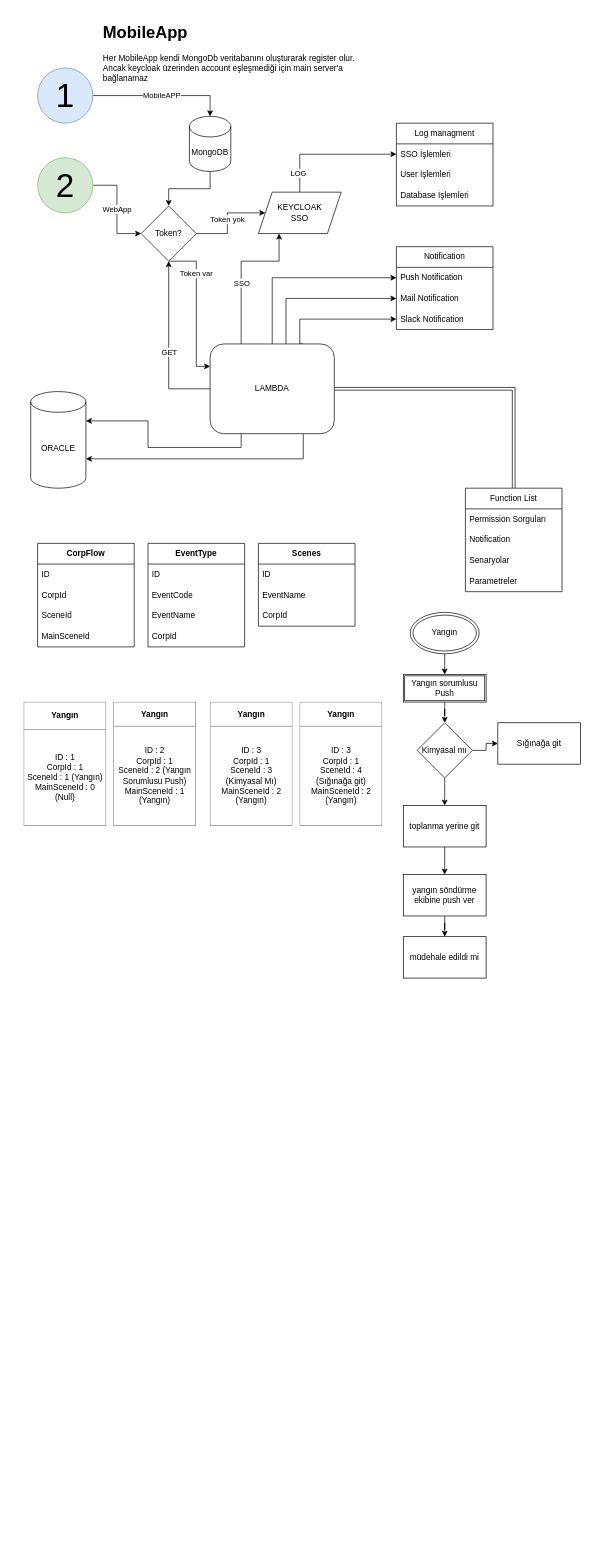
This is Başlıksız Diyagram.drawio from umutucer/umutucer, a draw.io file, before an edit. Source tidied: cells renumbered, new cells numbered last; positions are measured from the earlier drawing's top-left corner, leaving out a move shared by most shapes. Both pictures are drawn from the tidied source at 69%, with x=0, y=0 at pixel (23, 19).
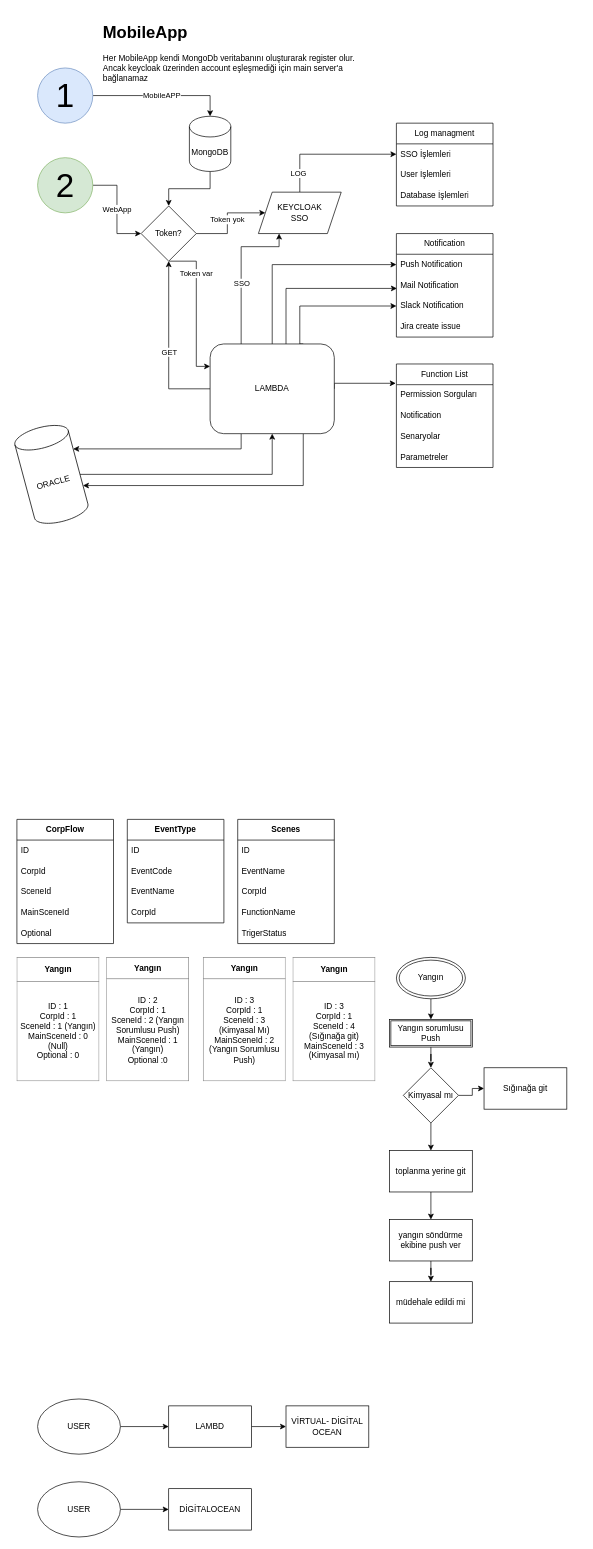
The same page after the edit.

The change refers to these unchanged cells:
```xml
<mxCell id="10" value="KEYCLOAK &lt;br&gt;SSO" style="shape=parallelogram;perimeter=parallelogramPerimeter;whiteSpace=wrap;html=1;fixedSize=1;" parent="1" vertex="1">
  <mxGeometry x="340" y="251" width="120" height="60" as="geometry" />
</mxCell>
<mxCell id="22" value="LAMBDA" style="rounded=1;whiteSpace=wrap;html=1;" parent="1" vertex="1">
  <mxGeometry x="270" y="471" width="180" height="130" as="geometry" />
</mxCell>
<mxCell id="33" value="Permission Sorguları" style="text;strokeColor=none;fillColor=none;align=left;verticalAlign=middle;spacingLeft=4;spacingRight=4;overflow=hidden;points=[[0,0.5],[1,0.5]];portConstraint=eastwest;whiteSpace=wrap;html=1;" parent="32" vertex="1">
  <mxGeometry y="30" width="140" height="30" as="geometry" />
</mxCell>
<mxCell id="39" value="Mail Notification" style="text;strokeColor=none;fillColor=none;align=left;verticalAlign=middle;spacingLeft=4;spacingRight=4;overflow=hidden;points=[[0,0.5],[1,0.5]];portConstraint=eastwest;whiteSpace=wrap;html=1;" parent="37" vertex="1">
  <mxGeometry y="60" width="140" height="30" as="geometry" />
</mxCell>
<mxCell id="40" value="Slack Notification" style="text;strokeColor=none;fillColor=none;align=left;verticalAlign=middle;spacingLeft=4;spacingRight=4;overflow=hidden;points=[[0,0.5],[1,0.5]];portConstraint=eastwest;whiteSpace=wrap;html=1;" parent="37" vertex="1">
  <mxGeometry y="90" width="140" height="30" as="geometry" />
</mxCell>
```

Change to the diagram source:
```diff
@@
     <mxCell id="12" style="edgeStyle=orthogonalEdgeStyle;rounded=0;jettySize=auto;html=1;entryX=0.25;entryY=1;entryDx=0;entryDy=0;exitX=0.25;exitY=0;exitDx=0;exitDy=0;" parent="1" edge="1" source="22" target="10">
       <mxGeometry relative="1" as="geometry">
         <Array as="points">
-          <mxPoint x="315" y="351" />
-          <mxPoint x="370" y="351" />
+          <mxPoint x="315" y="330" />
+          <mxPoint x="370" y="330" />
         </Array>
       </mxGeometry>
     </mxCell>
@@
-    <mxCell id="14" style="edgeStyle=orthogonalEdgeStyle;rounded=0;jettySize=auto;html=1;" parent="1" edge="1" source="22" target="39">
+    <mxCell id="14" style="edgeStyle=orthogonalEdgeStyle;rounded=0;jettySize=auto;html=1;entryX=0.005;entryY=0.65;entryDx=0;entryDy=0;entryPerimeter=0;" parent="1" edge="1" source="22" target="39">
       <mxGeometry relative="1" as="geometry">
         <Array as="points">
-          <mxPoint x="380" y="405" />
+          <mxPoint x="380" y="390" />
         </Array>
       </mxGeometry>
     </mxCell>
@@
     <mxCell id="20" style="edgeStyle=orthogonalEdgeStyle;rounded=0;jettySize=auto;html=1;exitX=0.75;exitY=0;exitDx=0;exitDy=0;entryX=0;entryY=0.5;entryDx=0;entryDy=0;" parent="1" edge="1" source="22" target="40">
       <mxGeometry relative="1" as="geometry">
         <Array as="points">
           <mxPoint x="400" y="471" />
-          <mxPoint x="400" y="435" />
+          <mxPoint x="400" y="416" />
         </Array>
       </mxGeometry>
     </mxCell>
-    <mxCell id="21" style="edgeStyle=orthogonalEdgeStyle;rounded=0;jettySize=auto;html=1;exitX=1;exitY=0.5;exitDx=0;exitDy=0;entryX=0.5;entryY=0;entryDx=0;entryDy=0;shape=link;" parent="1" edge="1" source="22" target="32">
-      <mxGeometry relative="1" as="geometry" />
-    </mxCell>
+    <mxCell id="72" style="edgeStyle=orthogonalEdgeStyle;rounded=0;jettySize=auto;html=1;exitX=1;exitY=0.5;exitDx=0;exitDy=0;entryX=-0.007;entryY=-0.067;entryDx=0;entryDy=0;entryPerimeter=0;" parent="1" edge="1" source="22" target="33">
+      <mxGeometry relative="1" as="geometry">
+        <Array as="points">
+          <mxPoint x="450" y="528" />
+        </Array>
+      </mxGeometry>
+    </mxCell>
@@
+    <mxCell id="73" style="edgeStyle=orthogonalEdgeStyle;rounded=0;jettySize=auto;html=1;entryX=0.5;entryY=1;entryDx=0;entryDy=0;" parent="1" edge="1" source="23" target="22">
+      <mxGeometry relative="1" as="geometry" />
+    </mxCell>
-    <mxCell id="23" value="ORACLE" style="shape=cylinder3;whiteSpace=wrap;html=1;boundedLbl=1;backgroundOutline=1;size=15;" parent="1" vertex="1">
-      <mxGeometry x="10" y="540" width="80" height="140" as="geometry" />
+    <mxCell id="23" value="ORACLE" style="shape=cylinder3;whiteSpace=wrap;html=1;boundedLbl=1;backgroundOutline=1;size=15;rotation=-15;" parent="1" vertex="1">
+      <mxGeometry y="590" width="80" height="140" as="geometry" />
     </mxCell>
@@
     <mxCell id="32" value="Function List" style="swimlane;fontStyle=0;horizontal=1;startSize=30;whiteSpace=wrap;html=1;" parent="1" vertex="1">
-      <mxGeometry x="640" y="680" width="140" height="150" as="geometry" />
+      <mxGeometry x="540" y="500" width="140" height="150" as="geometry" />
     </mxCell>
@@
     <mxCell id="37" value="Notification" style="swimlane;fontStyle=0;horizontal=1;startSize=30;whiteSpace=wrap;html=1;" parent="1" vertex="1">
-      <mxGeometry x="540" y="330" width="140" height="120" as="geometry" />
+      <mxGeometry x="540" y="311" width="140" height="150" as="geometry" />
     </mxCell>
@@
+    <mxCell id="74" value="Jira create issue" style="text;strokeColor=none;fillColor=none;align=left;verticalAlign=middle;spacingLeft=4;spacingRight=4;overflow=hidden;whiteSpace=wrap;html=1;" parent="37" vertex="1">
+      <mxGeometry y="120" width="140" height="30" as="geometry" />
+    </mxCell>
     <mxCell id="41" value="CorpFlow" style="swimlane;fontStyle=1;horizontal=1;startSize=30;whiteSpace=wrap;html=1;" parent="1" vertex="1">
-      <mxGeometry x="20" y="760" width="140" height="150" as="geometry" />
+      <mxGeometry x="-10" y="1160" width="140" height="180" as="geometry" />
     </mxCell>
@@
+    <mxCell id="75" value="Optional" style="text;strokeColor=none;fillColor=none;align=left;verticalAlign=middle;spacingLeft=4;spacingRight=4;overflow=hidden;whiteSpace=wrap;html=1;fontStyle=0;" parent="41" vertex="1">
+      <mxGeometry y="150" width="140" height="30" as="geometry" />
+    </mxCell>
     <mxCell id="46" value="EventType" style="swimlane;fontStyle=1;horizontal=1;startSize=30;whiteSpace=wrap;html=1;" parent="1" vertex="1">
-      <mxGeometry x="180" y="760" width="140" height="150" as="geometry" />
+      <mxGeometry x="150" y="1160" width="140" height="150" as="geometry" />
     </mxCell>
@@
     <mxCell id="51" value="Scenes" style="swimlane;fontStyle=1;horizontal=1;startSize=30;whiteSpace=wrap;html=1;" parent="1" vertex="1">
-      <mxGeometry x="340" y="760" width="140" height="120" as="geometry" />
+      <mxGeometry x="310" y="1160" width="140" height="180" as="geometry" />
     </mxCell>
@@
+    <mxCell id="76" value="FunctionName" style="text;strokeColor=none;fillColor=none;align=left;verticalAlign=middle;spacingLeft=4;spacingRight=4;overflow=hidden;whiteSpace=wrap;html=1;fontStyle=0;" parent="51" vertex="1">
+      <mxGeometry y="120" width="140" height="30" as="geometry" />
+    </mxCell>
+    <mxCell id="77" value="TrigerStatus" style="text;strokeColor=none;fillColor=none;align=left;verticalAlign=middle;spacingLeft=4;spacingRight=4;overflow=hidden;whiteSpace=wrap;html=1;fontStyle=0;" parent="51" vertex="1">
+      <mxGeometry y="150" width="140" height="30" as="geometry" />
+    </mxCell>
@@
     <mxCell id="56" value="Yangın" style="ellipse;shape=doubleEllipse;whiteSpace=wrap;html=1;" parent="1" vertex="1">
-      <mxGeometry x="560" y="860" width="100" height="60" as="geometry" />
+      <mxGeometry x="540" y="1360" width="100" height="60" as="geometry" />
     </mxCell>
@@
     <mxCell id="58" value="Yangın sorumlusu Push" style="shape=ext;double=1;rounded=0;whiteSpace=wrap;html=1;" parent="1" vertex="1">
-      <mxGeometry x="550" y="950" width="120" height="40" as="geometry" />
+      <mxGeometry x="530" y="1450" width="120" height="40" as="geometry" />
     </mxCell>
@@
     <mxCell id="61" value="Kimyasal mı" style="rhombus;whiteSpace=wrap;html=1;rounded=0;" parent="1" vertex="1">
-      <mxGeometry x="570" y="1020" width="80" height="80" as="geometry" />
+      <mxGeometry x="550" y="1520" width="80" height="80" as="geometry" />
     </mxCell>
@@
     <mxCell id="63" value="toplanma yerine git" style="whiteSpace=wrap;html=1;rounded=0;" parent="1" vertex="1">
-      <mxGeometry x="550" y="1140" width="120" height="60" as="geometry" />
+      <mxGeometry x="530" y="1640" width="120" height="60" as="geometry" />
     </mxCell>
     <mxCell id="64" value="Sığınağa git" style="whiteSpace=wrap;html=1;rounded=0;" parent="1" vertex="1">
-      <mxGeometry x="687" y="1020" width="120" height="60" as="geometry" />
+      <mxGeometry x="667" y="1520" width="120" height="60" as="geometry" />
     </mxCell>
@@
     <mxCell id="66" value="yangın söndürme ekibine push ver" style="whiteSpace=wrap;html=1;rounded=0;" parent="1" vertex="1">
-      <mxGeometry x="550" y="1240" width="120" height="60" as="geometry" />
+      <mxGeometry x="530" y="1740" width="120" height="60" as="geometry" />
     </mxCell>
     <mxCell id="67" value="müdehale edildi mi" style="whiteSpace=wrap;html=1;rounded=0;" parent="1" vertex="1">
-      <mxGeometry x="550" y="1330" width="120" height="60" as="geometry" />
+      <mxGeometry x="530" y="1830" width="120" height="60" as="geometry" />
     </mxCell>
-    <mxCell id="68" value="&lt;table border=&quot;1&quot; width=&quot;100%&quot; height=&quot;100%&quot; cellpadding=&quot;4&quot; style=&quot;width:100%;height:100%;border-collapse:collapse;&quot;&gt;&lt;tbody&gt;&lt;tr&gt;&lt;th align=&quot;center&quot;&gt;&lt;b&gt;Yangın&lt;/b&gt;&lt;/th&gt;&lt;/tr&gt;&lt;tr&gt;&lt;td align=&quot;center&quot;&gt;ID : 1&lt;br&gt;CorpId : 1&lt;br&gt;SceneId : 1 (Yangın)&lt;br&gt;MainSceneId : 0 (Null)&lt;/td&gt;&lt;/tr&gt;&lt;/tbody&gt;&lt;/table&gt;" style="text;html=1;whiteSpace=wrap;strokeColor=none;fillColor=none;overflow=fill;" parent="1" vertex="1">
-      <mxGeometry y="990" width="120" height="180" as="geometry" />
+    <mxCell id="68" value="&lt;table border=&quot;1&quot; width=&quot;100%&quot; height=&quot;100%&quot; cellpadding=&quot;4&quot; style=&quot;width:100%;height:100%;border-collapse:collapse;&quot;&gt;&lt;tbody&gt;&lt;tr&gt;&lt;th align=&quot;center&quot;&gt;&lt;b&gt;Yangın&lt;/b&gt;&lt;/th&gt;&lt;/tr&gt;&lt;tr&gt;&lt;td align=&quot;center&quot;&gt;ID : 1&lt;br&gt;CorpId : 1&lt;br&gt;SceneId : 1 (Yangın)&lt;br&gt;MainSceneId : 0 (Null)&lt;br&gt;Optional : 0&lt;/td&gt;&lt;/tr&gt;&lt;/tbody&gt;&lt;/table&gt;" style="text;html=1;whiteSpace=wrap;strokeColor=none;fillColor=none;overflow=fill;" parent="1" vertex="1">
+      <mxGeometry x="-10" y="1360" width="120" height="180" as="geometry" />
     </mxCell>
-    <mxCell id="69" value="&lt;table border=&quot;1&quot; width=&quot;100%&quot; height=&quot;100%&quot; cellpadding=&quot;4&quot; style=&quot;width:100%;height:100%;border-collapse:collapse;&quot;&gt;&lt;tbody&gt;&lt;tr&gt;&lt;th align=&quot;center&quot;&gt;&lt;b&gt;Yangın&lt;/b&gt;&lt;/th&gt;&lt;/tr&gt;&lt;tr&gt;&lt;td align=&quot;center&quot;&gt;ID : 2&lt;br&gt;CorpId : 1&lt;br&gt;SceneId : 2 (Yangın Sorumlusu Push)&lt;br&gt;MainSceneId : 1 (Yangın)&lt;/td&gt;&lt;/tr&gt;&lt;/tbody&gt;&lt;/table&gt;" style="text;html=1;whiteSpace=wrap;strokeColor=none;fillColor=none;overflow=fill;" parent="1" vertex="1">
-      <mxGeometry x="130" y="990" width="120" height="180" as="geometry" />
+    <mxCell id="69" value="&lt;table border=&quot;1&quot; width=&quot;100%&quot; height=&quot;100%&quot; cellpadding=&quot;4&quot; style=&quot;width:100%;height:100%;border-collapse:collapse;&quot;&gt;&lt;tbody&gt;&lt;tr&gt;&lt;th align=&quot;center&quot;&gt;&lt;b&gt;Yangın&lt;/b&gt;&lt;/th&gt;&lt;/tr&gt;&lt;tr&gt;&lt;td align=&quot;center&quot;&gt;ID : 2&lt;br&gt;CorpId : 1&lt;br&gt;SceneId : 2 (Yangın Sorumlusu Push)&lt;br&gt;MainSceneId : 1 (Yangın)&lt;br&gt;Optional :0&lt;/td&gt;&lt;/tr&gt;&lt;/tbody&gt;&lt;/table&gt;" style="text;html=1;whiteSpace=wrap;strokeColor=none;fillColor=none;overflow=fill;" parent="1" vertex="1">
+      <mxGeometry x="120" y="1360" width="120" height="180" as="geometry" />
     </mxCell>
-    <mxCell id="70" value="&lt;table border=&quot;1&quot; width=&quot;100%&quot; height=&quot;100%&quot; cellpadding=&quot;4&quot; style=&quot;width:100%;height:100%;border-collapse:collapse;&quot;&gt;&lt;tbody&gt;&lt;tr&gt;&lt;th align=&quot;center&quot;&gt;&lt;b&gt;Yangın&lt;/b&gt;&lt;/th&gt;&lt;/tr&gt;&lt;tr&gt;&lt;td align=&quot;center&quot;&gt;ID : 3&lt;br&gt;CorpId : 1&lt;br&gt;SceneId : 3 (Kimyasal Mı)&lt;br&gt;MainSceneId : 2 (Yangın)&lt;/td&gt;&lt;/tr&gt;&lt;/tbody&gt;&lt;/table&gt;" style="text;html=1;whiteSpace=wrap;strokeColor=none;fillColor=none;overflow=fill;" parent="1" vertex="1">
-      <mxGeometry x="270" y="990" width="120" height="180" as="geometry" />
+    <mxCell id="70" value="&lt;table border=&quot;1&quot; width=&quot;100%&quot; height=&quot;100%&quot; cellpadding=&quot;4&quot; style=&quot;width:100%;height:100%;border-collapse:collapse;&quot;&gt;&lt;tbody&gt;&lt;tr&gt;&lt;th align=&quot;center&quot;&gt;&lt;b&gt;Yangın&lt;/b&gt;&lt;/th&gt;&lt;/tr&gt;&lt;tr&gt;&lt;td align=&quot;center&quot;&gt;ID : 3&lt;br&gt;CorpId : 1&lt;br&gt;SceneId : 3 (Kimyasal Mı)&lt;br&gt;MainSceneId : 2 (Yangın Sorumlusu Push)&lt;/td&gt;&lt;/tr&gt;&lt;/tbody&gt;&lt;/table&gt;" style="text;html=1;whiteSpace=wrap;strokeColor=none;fillColor=none;overflow=fill;" parent="1" vertex="1">
+      <mxGeometry x="260" y="1360" width="120" height="180" as="geometry" />
     </mxCell>
-    <mxCell id="71" value="&lt;table border=&quot;1&quot; width=&quot;100%&quot; height=&quot;100%&quot; cellpadding=&quot;4&quot; style=&quot;width:100%;height:100%;border-collapse:collapse;&quot;&gt;&lt;tbody&gt;&lt;tr&gt;&lt;th align=&quot;center&quot;&gt;&lt;b&gt;Yangın&lt;/b&gt;&lt;/th&gt;&lt;/tr&gt;&lt;tr&gt;&lt;td align=&quot;center&quot;&gt;ID : 3&lt;br&gt;CorpId : 1&lt;br&gt;SceneId : 4 (Sığınağa git)&lt;br&gt;MainSceneId : 2 (Yangın)&lt;/td&gt;&lt;/tr&gt;&lt;/tbody&gt;&lt;/table&gt;" style="text;html=1;whiteSpace=wrap;strokeColor=none;fillColor=none;overflow=fill;" parent="1" vertex="1">
-      <mxGeometry x="400" y="990" width="120" height="180" as="geometry" />
+    <mxCell id="71" value="&lt;table border=&quot;1&quot; width=&quot;100%&quot; height=&quot;100%&quot; cellpadding=&quot;4&quot; style=&quot;width:100%;height:100%;border-collapse:collapse;&quot;&gt;&lt;tbody&gt;&lt;tr&gt;&lt;th align=&quot;center&quot;&gt;&lt;b&gt;Yangın&lt;/b&gt;&lt;/th&gt;&lt;/tr&gt;&lt;tr&gt;&lt;td align=&quot;center&quot;&gt;ID : 3&lt;br&gt;CorpId : 1&lt;br&gt;SceneId : 4 (Sığınağa git)&lt;br&gt;MainSceneId : 3 (Kimyasal mı)&lt;/td&gt;&lt;/tr&gt;&lt;/tbody&gt;&lt;/table&gt;" style="text;html=1;whiteSpace=wrap;strokeColor=none;fillColor=none;overflow=fill;" parent="1" vertex="1">
+      <mxGeometry x="390" y="1360" width="120" height="180" as="geometry" />
     </mxCell>
+    <mxCell id="78" style="edgeStyle=orthogonalEdgeStyle;rounded=0;jettySize=auto;html=1;" parent="1" edge="1" source="79" target="81">
+      <mxGeometry relative="1" as="geometry" />
+    </mxCell>
+    <mxCell id="79" value="USER" style="ellipse;whiteSpace=wrap;html=1;" parent="1" vertex="1">
+      <mxGeometry x="20" y="2000" width="120" height="80" as="geometry" />
+    </mxCell>
+    <mxCell id="80" style="edgeStyle=orthogonalEdgeStyle;rounded=0;jettySize=auto;html=1;" parent="1" edge="1" source="81" target="82">
+      <mxGeometry relative="1" as="geometry" />
+    </mxCell>
+    <mxCell id="81" value="LAMBD" style="whiteSpace=wrap;html=1;" parent="1" vertex="1">
+      <mxGeometry x="210" y="2010" width="120" height="60" as="geometry" />
+    </mxCell>
+    <mxCell id="82" value="VİRTUAL- DİGİTAL OCEAN" style="whiteSpace=wrap;html=1;" parent="1" vertex="1">
+      <mxGeometry x="380" y="2010" width="120" height="60" as="geometry" />
+    </mxCell>
+    <mxCell id="83" style="edgeStyle=orthogonalEdgeStyle;rounded=0;jettySize=auto;html=1;" parent="1" edge="1" source="84" target="85">
+      <mxGeometry relative="1" as="geometry" />
+    </mxCell>
+    <mxCell id="84" value="USER" style="ellipse;whiteSpace=wrap;html=1;" parent="1" vertex="1">
+      <mxGeometry x="20" y="2120" width="120" height="80" as="geometry" />
+    </mxCell>
+    <mxCell id="85" value="DİGİTALOCEAN" style="whiteSpace=wrap;html=1;" parent="1" vertex="1">
+      <mxGeometry x="210" y="2130" width="120" height="60" as="geometry" />
+    </mxCell>
```
